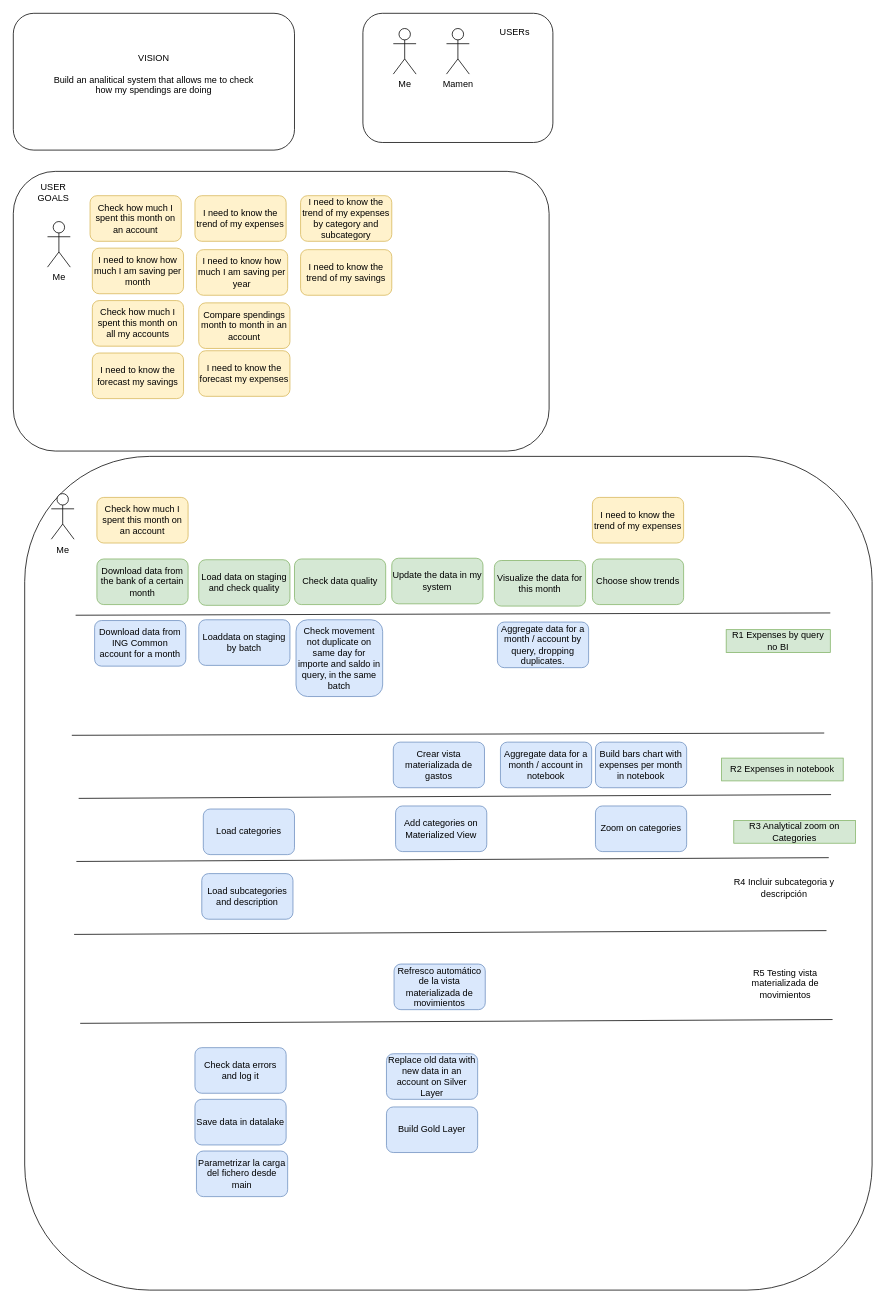
The draw.io diagram page "User Story Mapping" (1 of 7) of diagrams/diagrams.dio in cperezh/DataEng_Patterns, before the edit. Source tidied: cells renumbered, new cells numbered last; positions are measured from the earlier drawing's top-left corner, leaving out a move shared by most shapes. Both pictures are drawn from the tidied source at 76%, with x=0, y=0 at pixel (13, 13).
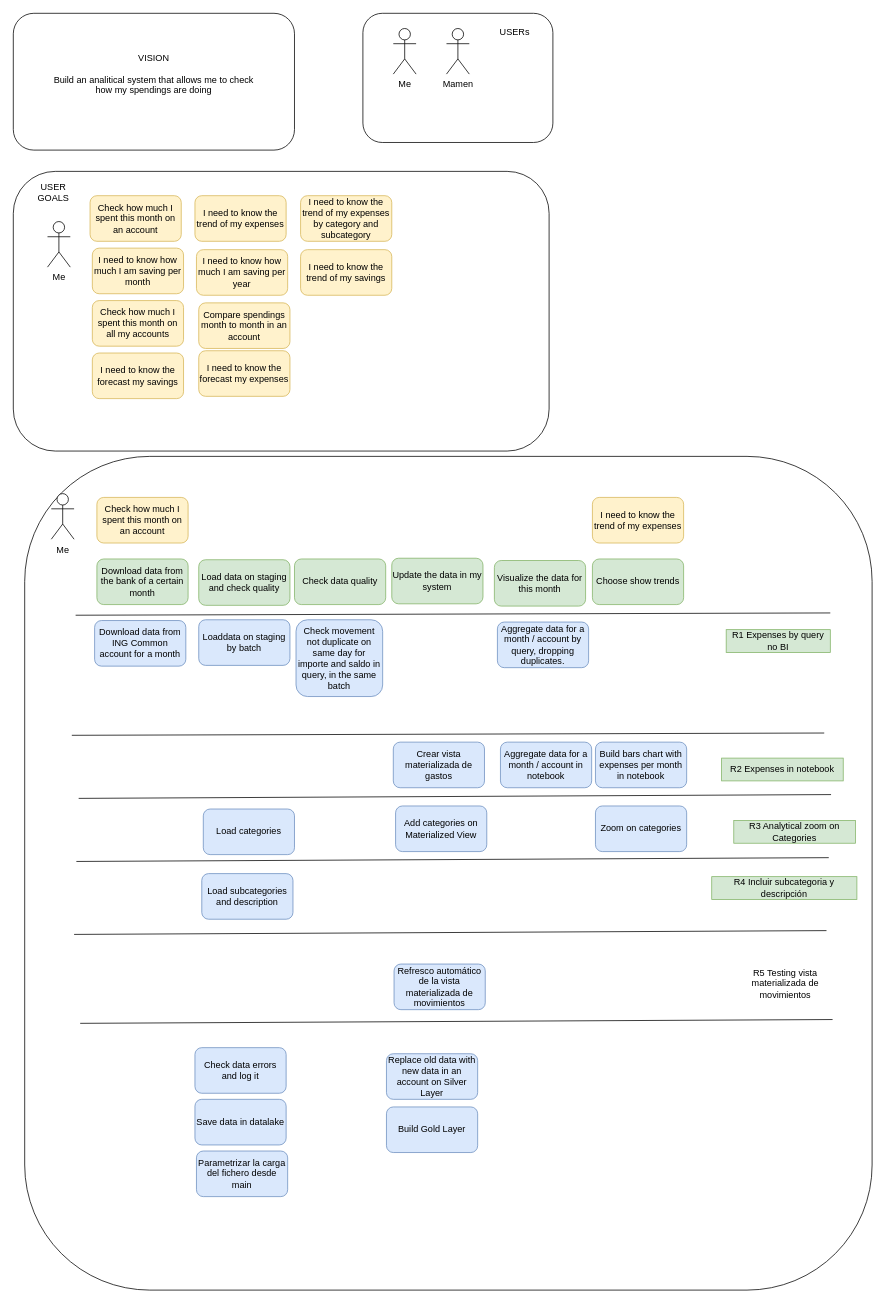
The same diagram, later.

What changed in the source:
```diff
@@
-    <mxCell id="57" value="R4 Incluir subcategoria y descripción" style="text;html=1;align=center;verticalAlign=middle;whiteSpace=wrap;rounded=0;" parent="1" vertex="1">
+    <mxCell id="57" value="R4 Incluir subcategoria y descripción" style="text;html=1;align=center;verticalAlign=middle;whiteSpace=wrap;rounded=0;fillColor=#d5e8d4;strokeColor=#82b366;" parent="1" vertex="1">
       <mxGeometry x="919" y="1136" width="191" height="30" as="geometry" />
     </mxCell>
```
